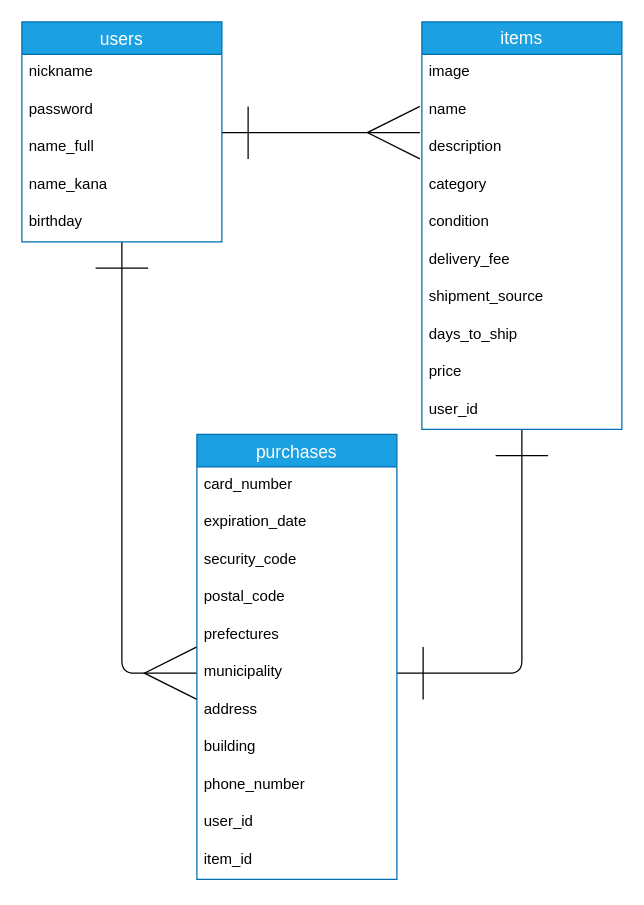
Before: er.dio in takuro-yamamoto/furima-31958, a draw.io diagram. Source tidied: cells renumbered, new cells numbered last; positions are measured from the earlier drawing's top-left corner, leaving out a move shared by most shapes. Both pictures are drawn from the tidied source at 125%, with x=0, y=0 at pixel (21, 21).
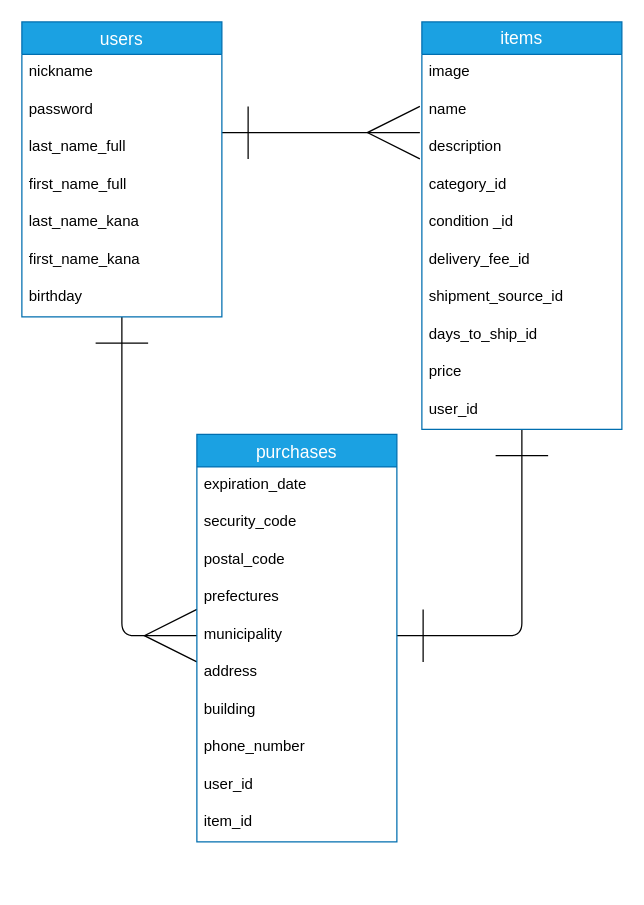
Above is the later version.

Commit message (it also covers changes not shown here):
READMEとER図の修正

Unchanged cells that the change refers to:
```xml
<mxCell id="11" value="items" style="swimlane;fontStyle=0;horizontal=1;startSize=26;align=center;fontSize=14;whiteSpace=wrap;html=1;fillColor=#1ba1e2;strokeColor=#006EAF;fontColor=#ffffff;" parent="1" vertex="1">
  <mxGeometry x="320" width="160" height="326" as="geometry" />
</mxCell>
```

Change to the diagram source:
```diff
@@
     <mxCell id="4" value="users" style="swimlane;fontStyle=0;horizontal=1;startSize=26;align=center;fontSize=14;fillColor=#1ba1e2;strokeColor=#006EAF;fontColor=#ffffff;" parent="1" vertex="1">
-      <mxGeometry width="160" height="176" as="geometry" />
+      <mxGeometry width="160" height="236" as="geometry" />
     </mxCell>
@@
-    <mxCell id="7" value="name_full&#10;" style="text;strokeColor=none;fillColor=none;spacingLeft=4;spacingRight=4;overflow=hidden;fontSize=12;" parent="4" vertex="1">
+    <mxCell id="7" value="last_name_full&#10;" style="text;strokeColor=none;fillColor=none;spacingLeft=4;spacingRight=4;overflow=hidden;fontSize=12;" parent="4" vertex="1">
       <mxGeometry y="86" width="160" height="30" as="geometry" />
     </mxCell>
+    <mxCell id="34" value="first_name_full" style="text;strokeColor=none;fillColor=none;spacingLeft=4;spacingRight=4;overflow=hidden;fontSize=12;" parent="4" vertex="1">
+      <mxGeometry y="116" width="160" height="30" as="geometry" />
+    </mxCell>
-    <mxCell id="8" value="name_kana" style="text;strokeColor=none;fillColor=none;spacingLeft=4;spacingRight=4;overflow=hidden;fontSize=12;" parent="4" vertex="1">
-      <mxGeometry y="116" width="160" height="30" as="geometry" />
+    <mxCell id="8" value="last_name_kana" style="text;strokeColor=none;fillColor=none;spacingLeft=4;spacingRight=4;overflow=hidden;fontSize=12;" parent="4" vertex="1">
+      <mxGeometry y="146" width="160" height="30" as="geometry" />
     </mxCell>
+    <mxCell id="35" value="first_name_kana" style="text;strokeColor=none;fillColor=none;spacingLeft=4;spacingRight=4;overflow=hidden;fontSize=12;" parent="4" vertex="1">
+      <mxGeometry y="176" width="160" height="30" as="geometry" />
+    </mxCell>
     <mxCell id="9" value="birthday" style="text;strokeColor=none;fillColor=none;spacingLeft=4;spacingRight=4;overflow=hidden;fontSize=12;" parent="4" vertex="1">
-      <mxGeometry y="146" width="160" height="30" as="geometry" />
+      <mxGeometry y="206" width="160" height="30" as="geometry" />
     </mxCell>
@@
-    <mxCell id="15" value="category" style="text;strokeColor=none;fillColor=none;spacingLeft=4;spacingRight=4;overflow=hidden;fontSize=12;" parent="11" vertex="1">
+    <mxCell id="15" value="category_id" style="text;strokeColor=none;fillColor=none;spacingLeft=4;spacingRight=4;overflow=hidden;fontSize=12;" parent="11" vertex="1">
       <mxGeometry y="116" width="160" height="30" as="geometry" />
     </mxCell>
-    <mxCell id="16" value="condition " style="text;strokeColor=none;fillColor=none;spacingLeft=4;spacingRight=4;overflow=hidden;fontSize=12;" parent="11" vertex="1">
+    <mxCell id="16" value="condition _id" style="text;strokeColor=none;fillColor=none;spacingLeft=4;spacingRight=4;overflow=hidden;fontSize=12;" parent="11" vertex="1">
       <mxGeometry y="146" width="160" height="30" as="geometry" />
     </mxCell>
-    <mxCell id="17" value="delivery_fee" style="text;strokeColor=none;fillColor=none;spacingLeft=4;spacingRight=4;overflow=hidden;fontSize=12;" parent="11" vertex="1">
+    <mxCell id="17" value="delivery_fee_id" style="text;strokeColor=none;fillColor=none;spacingLeft=4;spacingRight=4;overflow=hidden;fontSize=12;" parent="11" vertex="1">
       <mxGeometry y="176" width="160" height="30" as="geometry" />
     </mxCell>
-    <mxCell id="18" value="shipment_source" style="text;strokeColor=none;fillColor=none;spacingLeft=4;spacingRight=4;overflow=hidden;fontSize=12;" parent="11" vertex="1">
+    <mxCell id="18" value="shipment_source_id" style="text;strokeColor=none;fillColor=none;spacingLeft=4;spacingRight=4;overflow=hidden;fontSize=12;" parent="11" vertex="1">
       <mxGeometry y="206" width="160" height="30" as="geometry" />
     </mxCell>
-    <mxCell id="19" value="days_to_ship" style="text;strokeColor=none;fillColor=none;spacingLeft=4;spacingRight=4;overflow=hidden;fontSize=12;" parent="11" vertex="1">
+    <mxCell id="19" value="days_to_ship_id" style="text;strokeColor=none;fillColor=none;spacingLeft=4;spacingRight=4;overflow=hidden;fontSize=12;" parent="11" vertex="1">
       <mxGeometry y="236" width="160" height="30" as="geometry" />
     </mxCell>
@@
     <mxCell id="22" value="purchases" style="swimlane;fontStyle=0;horizontal=1;startSize=26;align=center;fontSize=14;fillColor=#1ba1e2;strokeColor=#006EAF;fontColor=#ffffff;" parent="1" vertex="1">
-      <mxGeometry x="140" y="330" width="160" height="356" as="geometry" />
+      <mxGeometry x="140" y="330" width="160" height="326" as="geometry" />
     </mxCell>
-    <mxCell id="23" value="card_number" style="text;strokeColor=none;fillColor=none;spacingLeft=4;spacingRight=4;overflow=hidden;fontSize=12;" parent="22" vertex="1">
-      <mxGeometry y="26" width="160" height="30" as="geometry" />
-    </mxCell>
     <mxCell id="24" value="expiration_date" style="text;strokeColor=none;fillColor=none;spacingLeft=4;spacingRight=4;overflow=hidden;fontSize=12;" parent="22" vertex="1">
-      <mxGeometry y="56" width="160" height="30" as="geometry" />
+      <mxGeometry y="26" width="160" height="30" as="geometry" />
     </mxCell>
     <mxCell id="25" value="security_code" style="text;strokeColor=none;fillColor=none;spacingLeft=4;spacingRight=4;overflow=hidden;fontSize=12;" parent="22" vertex="1">
-      <mxGeometry y="86" width="160" height="30" as="geometry" />
+      <mxGeometry y="56" width="160" height="30" as="geometry" />
     </mxCell>
     <mxCell id="26" value="postal_code" style="text;strokeColor=none;fillColor=none;spacingLeft=4;spacingRight=4;overflow=hidden;fontSize=12;" parent="22" vertex="1">
-      <mxGeometry y="116" width="160" height="30" as="geometry" />
+      <mxGeometry y="86" width="160" height="30" as="geometry" />
     </mxCell>
     <mxCell id="27" value="prefectures" style="text;strokeColor=none;fillColor=none;spacingLeft=4;spacingRight=4;overflow=hidden;fontSize=12;" parent="22" vertex="1">
-      <mxGeometry y="146" width="160" height="30" as="geometry" />
+      <mxGeometry y="116" width="160" height="30" as="geometry" />
     </mxCell>
     <mxCell id="28" value="municipality" style="text;strokeColor=none;fillColor=none;spacingLeft=4;spacingRight=4;overflow=hidden;points=[[0,0.5],[1,0.5]];portConstraint=eastwest;fontSize=12;" parent="22" vertex="1">
-      <mxGeometry y="176" width="160" height="30" as="geometry" />
+      <mxGeometry y="146" width="160" height="30" as="geometry" />
     </mxCell>
     <mxCell id="29" value="address" style="text;strokeColor=none;fillColor=none;spacingLeft=4;spacingRight=4;overflow=hidden;fontSize=12;" parent="22" vertex="1">
-      <mxGeometry y="206" width="160" height="30" as="geometry" />
+      <mxGeometry y="176" width="160" height="30" as="geometry" />
     </mxCell>
     <mxCell id="30" value="building" style="text;strokeColor=none;fillColor=none;spacingLeft=4;spacingRight=4;overflow=hidden;fontSize=12;" parent="22" vertex="1">
-      <mxGeometry y="236" width="160" height="30" as="geometry" />
+      <mxGeometry y="206" width="160" height="30" as="geometry" />
     </mxCell>
     <mxCell id="31" value="phone_number" style="text;strokeColor=none;fillColor=none;spacingLeft=4;spacingRight=4;overflow=hidden;fontSize=12;" parent="22" vertex="1">
-      <mxGeometry y="266" width="160" height="30" as="geometry" />
+      <mxGeometry y="236" width="160" height="30" as="geometry" />
     </mxCell>
     <mxCell id="32" value="user_id" style="text;strokeColor=none;fillColor=none;spacingLeft=4;spacingRight=4;overflow=hidden;fontSize=12;" parent="22" vertex="1">
-      <mxGeometry y="296" width="160" height="30" as="geometry" />
+      <mxGeometry y="266" width="160" height="30" as="geometry" />
     </mxCell>
     <mxCell id="33" value="item_id" style="text;strokeColor=none;fillColor=none;spacingLeft=4;spacingRight=4;overflow=hidden;fontSize=12;" parent="22" vertex="1">
-      <mxGeometry y="326" width="160" height="30" as="geometry" />
+      <mxGeometry y="296" width="160" height="30" as="geometry" />
     </mxCell>
```
